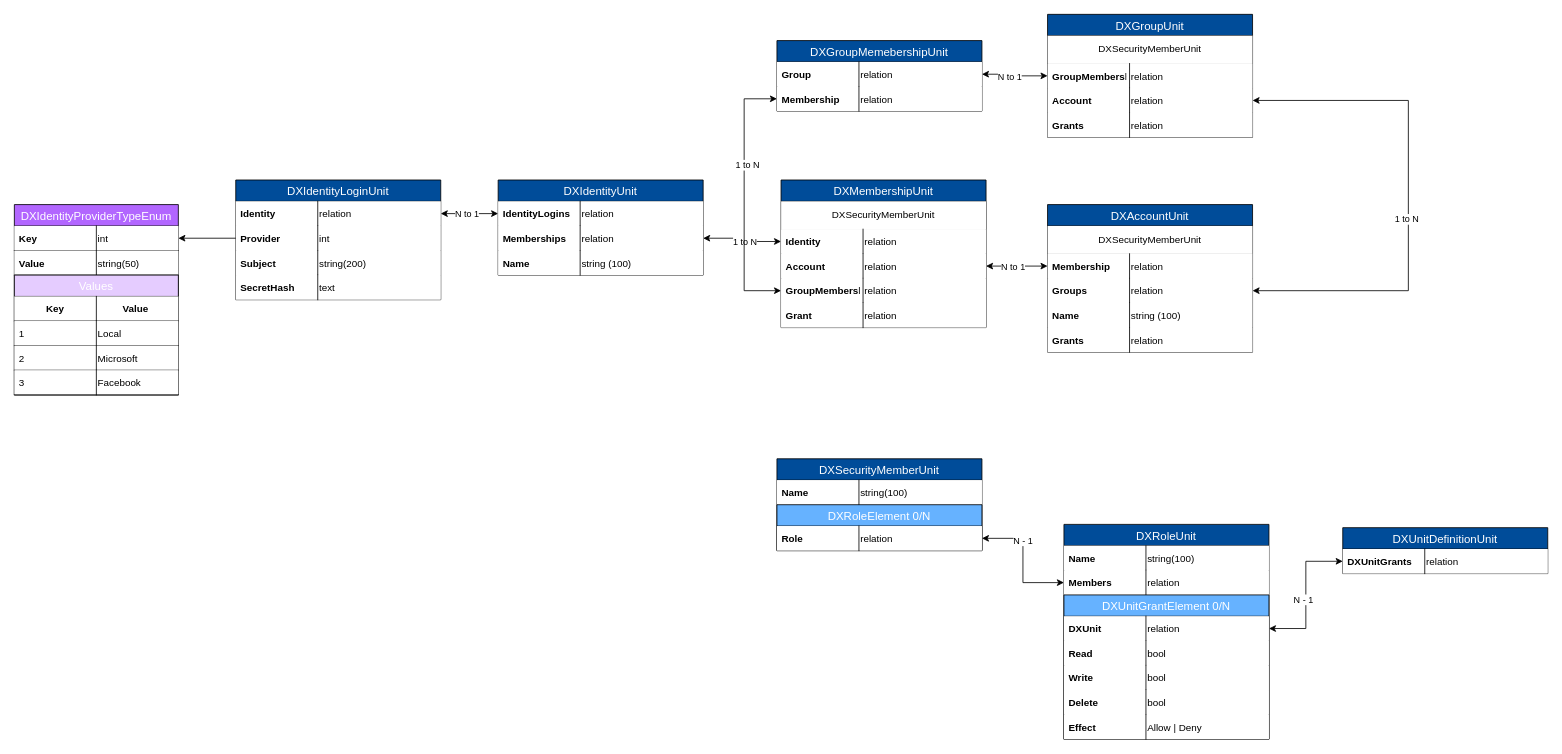
This is page "Page-1" (1 of 2) of diagrams/DXUserDataStructure.drawio from IgnisVitalis/IV.DX, a draw.io file, before an edit. Source tidied: cells renumbered, new cells numbered last; positions are measured from the earlier drawing's top-left corner, leaving out a move shared by most shapes. Both pictures are drawn from the tidied source at 82%, with x=0, y=0 at pixel (14, 14).
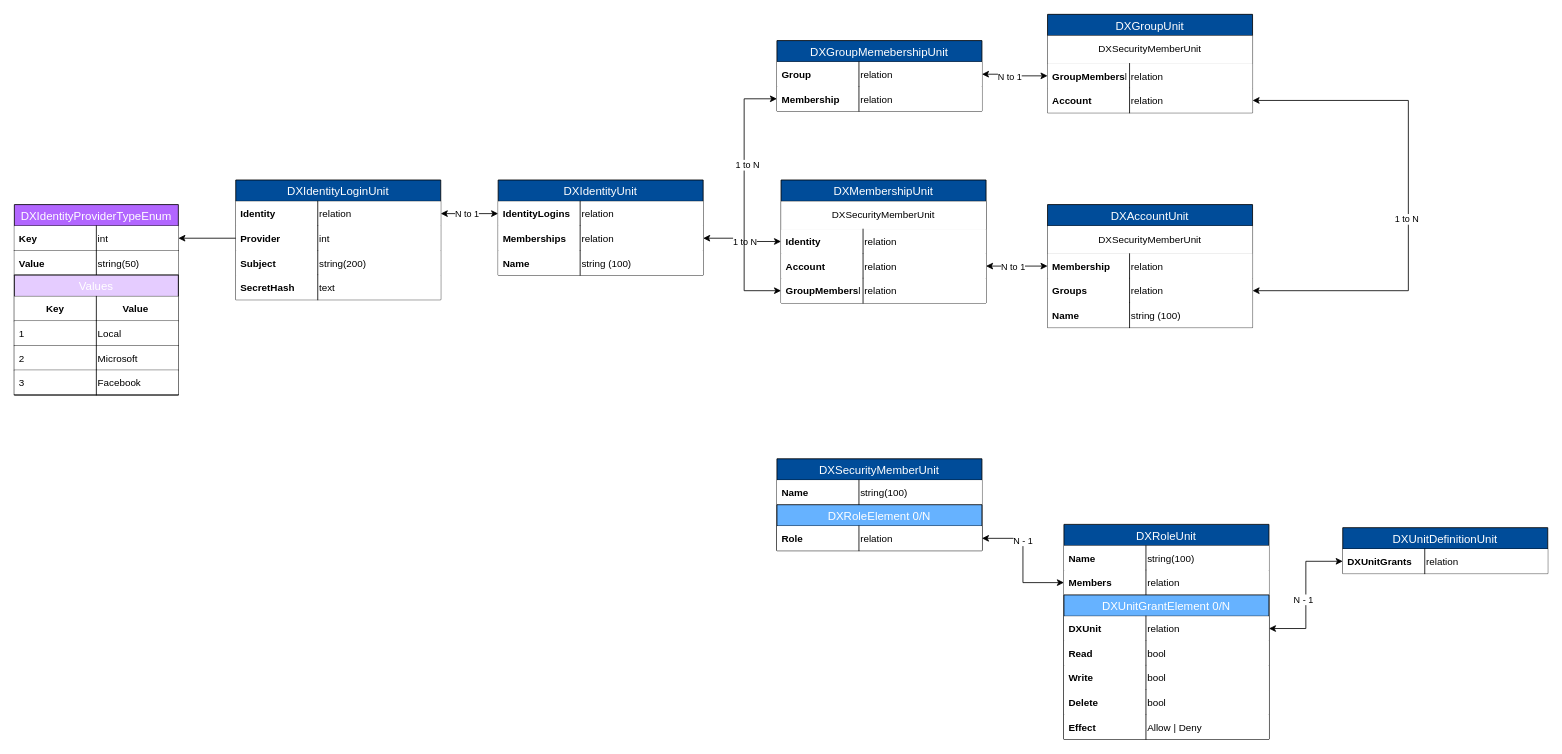
After the change.

The edit, as a diff of the source:
```diff
@@
     <mxCell id="41" value="DXAccountUnit" style="swimlane;fontStyle=0;horizontal=1;startSize=26;fillColor=#004C99;swimlaneFillColor=#ffffff;align=center;fontSize=14;fontColor=#FFFFFF;" parent="1" vertex="1">
-      <mxGeometry x="1260" y="232" width="250" height="180" as="geometry" />
+      <mxGeometry x="1260" y="232" width="250" height="150" as="geometry" />
     </mxCell>
@@
-    <mxCell id="50" value="relation" style="shape=partialRectangle;top=0;left=0;right=0;bottom=1;align=left;verticalAlign=middle;spacingLeft=100;spacingRight=4;overflow=hidden;fontStyle=0;fontSize=12;strokeColor=none;" parent="41" vertex="1">
-      <mxGeometry y="150" width="250" height="30" as="geometry" />
-    </mxCell>
-    <mxCell id="51" value="Grants" style="shape=partialRectangle;fontStyle=1;top=0;left=0;bottom=0;fillColor=none;align=left;verticalAlign=middle;spacingLeft=4;spacingRight=4;overflow=hidden;fontSize=12;" parent="50" vertex="1">
-      <mxGeometry width="100" height="30" as="geometry" />
-    </mxCell>
     <mxCell id="52" value="DXMembershipUnit" style="swimlane;fontStyle=0;horizontal=1;startSize=26;fillColor=#004C99;swimlaneFillColor=#ffffff;align=center;fontSize=14;fontColor=#FFFFFF;" parent="1" vertex="1">
-      <mxGeometry x="935" y="202" width="250" height="180" as="geometry" />
+      <mxGeometry x="935" y="202" width="250" height="150" as="geometry" />
     </mxCell>
@@
-    <mxCell id="61" value="relation" style="shape=partialRectangle;top=0;left=0;right=0;bottom=1;align=left;verticalAlign=middle;spacingLeft=100;spacingRight=4;overflow=hidden;fontStyle=0;fontSize=12;strokeColor=none;" parent="52" vertex="1">
-      <mxGeometry y="150" width="250" height="30" as="geometry" />
-    </mxCell>
-    <mxCell id="62" value="Grant" style="shape=partialRectangle;fontStyle=1;top=0;left=0;bottom=0;fillColor=none;align=left;verticalAlign=middle;spacingLeft=4;spacingRight=4;overflow=hidden;fontSize=12;" parent="61" vertex="1">
-      <mxGeometry width="100" height="30" as="geometry" />
-    </mxCell>
@@
     <mxCell id="67" value="DXGroupUnit" style="swimlane;fontStyle=0;horizontal=1;startSize=26;fillColor=#004C99;swimlaneFillColor=#ffffff;align=center;fontSize=14;fontColor=#FFFFFF;" parent="1" vertex="1">
-      <mxGeometry x="1260" width="250" height="150" as="geometry" />
+      <mxGeometry x="1260" width="250" height="120" as="geometry" />
     </mxCell>
@@
-    <mxCell id="74" value="relation" style="shape=partialRectangle;top=0;left=0;right=0;bottom=1;align=left;verticalAlign=middle;spacingLeft=100;spacingRight=4;overflow=hidden;fontStyle=0;fontSize=12;strokeColor=none;" parent="67" vertex="1">
-      <mxGeometry y="120" width="250" height="30" as="geometry" />
-    </mxCell>
-    <mxCell id="75" value="Grants" style="shape=partialRectangle;fontStyle=1;top=0;left=0;bottom=0;fillColor=none;align=left;verticalAlign=middle;spacingLeft=4;spacingRight=4;overflow=hidden;fontSize=12;" parent="74" vertex="1">
-      <mxGeometry width="100" height="30" as="geometry" />
-    </mxCell>
```
